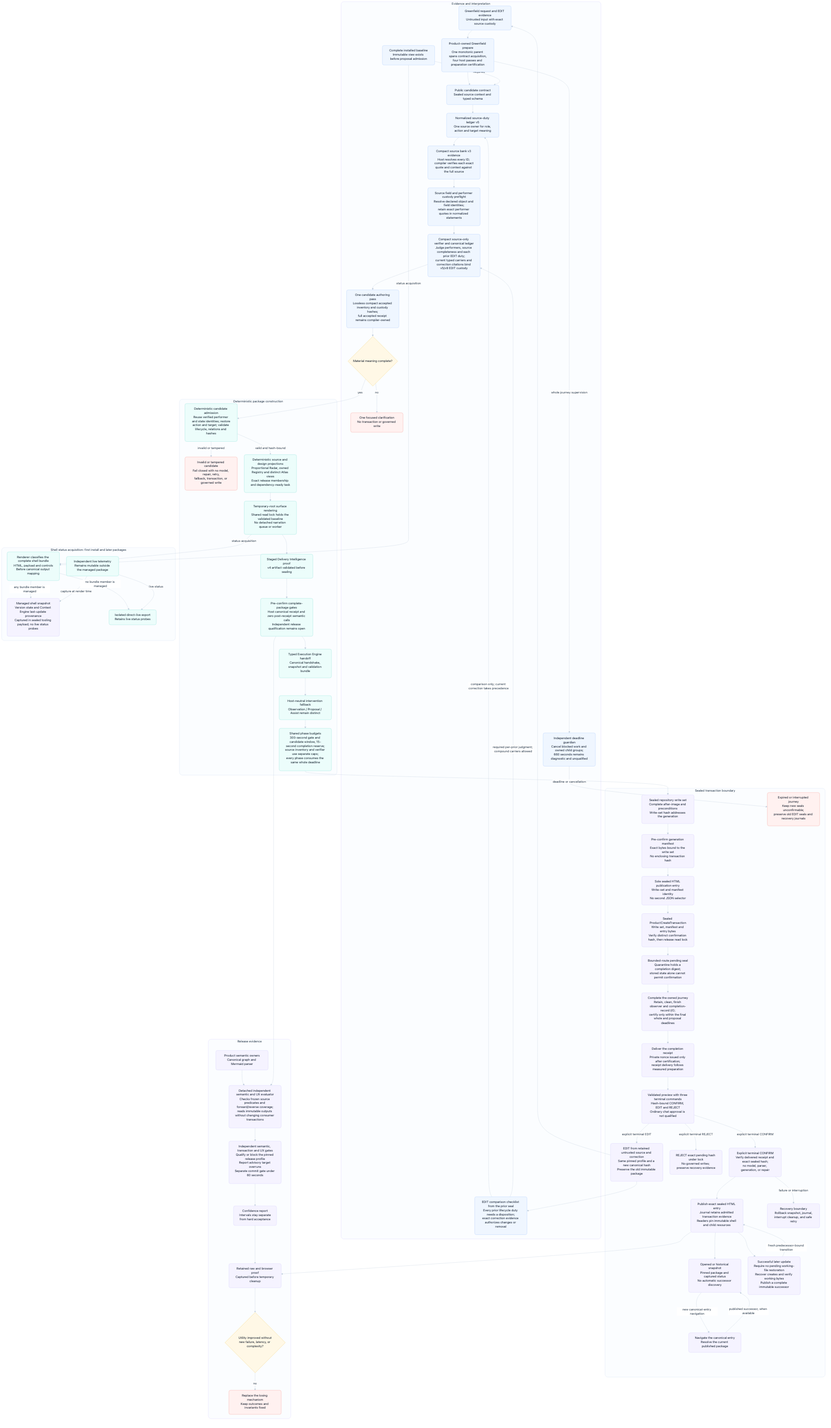
The Mermaid diagram odylith/atlas/source/domain-intelligence-greenfield-governance.png in odylith/odylith, before a commit. Its source is kept beside it as odylith/atlas/source/domain-intelligence-greenfield-governance.mmd.
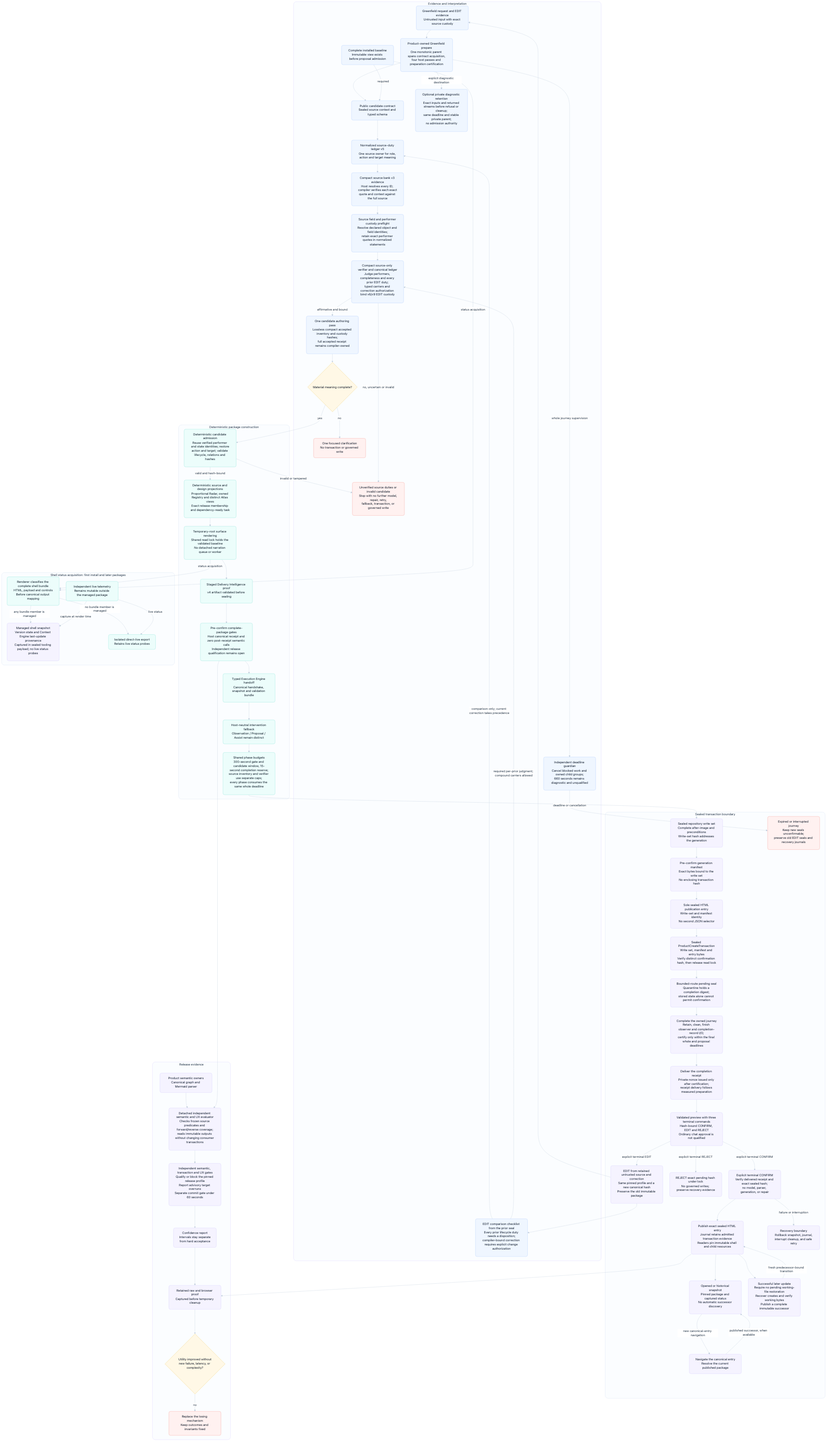
Above is the later version.

Change to the diagram source:
```diff
@@ -6,16 +6,20 @@
       guardian["Independent deadline guardian<br/>Cancel blocked work and owned child groups;<br/>660 seconds remains diagnostic and unqualified"]
       baseline["Complete installed baseline<br/>Immutable view exists before proposal admission"]
       contract["Public candidate contract<br/>Sealed source context and typed schema"]
-      prior_lifecycle["EDIT comparison checklist from the prior seal<br/>Every prior lifecycle duty needs a disposition;<br/>exact correction evidence authorizes changes or removal"]
+      prior_lifecycle["EDIT comparison checklist from the prior seal<br/>Every prior lifecycle duty needs a disposition;<br/>compiler-bound correction requires explicit change authorization"]
       model_pass["Normalized source-duty ledger v5<br/>One source owner for role, action and target meaning"]
       typed_graph["Compact source bank v3 evidence<br/>Host resolves every ID; compiler verifies each exact<br/>quote and context against the full source"]
       identity_check["Source field and performer custody preflight<br/>Resolve declared object and field identities;<br/>retain exact performer quotes in normalized statements"]
-      source_custody["Compact source-only verifier and canonical ledger<br/>Judge performers, source completeness and each prior EDIT duty;<br/>current typed carriers and correction citations bind v5/v8 EDIT custody"]
+      source_custody["Compact source-only verifier and canonical ledger<br/>Judge performers, completeness and every prior EDIT duty;<br/>typed carriers and correction authorization bind v6/v9 EDIT custody"]
+      private_diagnostics["Optional private diagnostic retention<br/>Exact inputs and returned streams before refusal or cleanup;<br/>same deadline and stable private parent;<br/>no admission authority"]
       candidate_author["One candidate authoring pass<br/>Lossless compact accepted inventory and custody hashes;<br/>full accepted receipt remains compiler-owned"]
       ambiguity{"Material meaning complete?"}
       clarify["One focused clarification<br/>No transaction or governed write"]
-      request --> prepare --> contract --> model_pass --> typed_graph --> identity_check --> source_custody --> candidate_author --> ambiguity
+      request --> prepare --> contract --> model_pass --> typed_graph --> identity_check --> source_custody
+      source_custody -- "affirmative and bound" --> candidate_author --> ambiguity
+      source_custody -- "no, uncertain or invalid" --> invalid_candidate
       prepare -. "whole journey supervision" .-> guardian
+      prepare -. "explicit diagnostic destination" .-> private_diagnostics
       baseline -. "required" .-> contract
       prior_lifecycle -. "comparison only; current correction takes precedence" .-> model_pass
       prior_lifecycle -. "required per-prior judgment; compound carriers allowed" .-> source_custody
@@ -25,7 +29,7 @@
     subgraph projection_lane["Deterministic package construction"]
       direction LR
       custody["Deterministic candidate admission<br/>Reuse verified performer and state identities; restore<br/>action and target; validate lifecycle, relations and hashes"]
-      invalid_candidate["Invalid or tampered candidate<br/>Fail closed with no model, repair, retry,<br/>fallback, transaction, or governed write"]
+      invalid_candidate["Unverified source duties or invalid candidate<br/>Stop with no further model, repair, retry,<br/>fallback, transaction, or governed write"]
       projections["Deterministic source and design projections<br/>Proportional Radar, owned Registry and distinct Atlas views<br/>Exact release membership and dependency-ready task"]
       staged_surfaces["Temporary-root surface rendering<br/>Shared read lock holds the validated baseline<br/>No detached narration queue or worker"]
       delivery_proof["Staged Delivery Intelligence proof<br/>v4 artifact validated before sealing"]
@@ -108,7 +112,7 @@
     classDef governance fill:#F5F3FF,stroke:#DDD6FE,color:#132033,stroke-width:1px;
     classDef constraint fill:#FFF8E6,stroke:#F6D98B,color:#132033,stroke-width:1px;
     classDef invalid fill:#FFF1F0,stroke:#F7B4AE,color:#132033,stroke-width:1px;
-    class request,prepare,guardian,baseline,contract,prior_lifecycle,model_pass,typed_graph,identity_check,source_custody,candidate_author primary;
+    class request,prepare,guardian,baseline,contract,prior_lifecycle,model_pass,typed_graph,identity_check,source_custody,candidate_author,private_diagnostics primary;
     class custody,projections,staged_surfaces,delivery_proof,quality,execution_handoff,intervention_fallback,timing,bundle_scope,live_telemetry,direct_live execution;
     class write_set,generation_manifest,entry,sealed,quarantine,finalize,receipt,decision,edit,reject,confirm,publish,observed,navigate,captured_status,later,recovery,owners,evaluator,acceptance,confidence,retained governance;
     class ambiguity,drift constraint;
```
